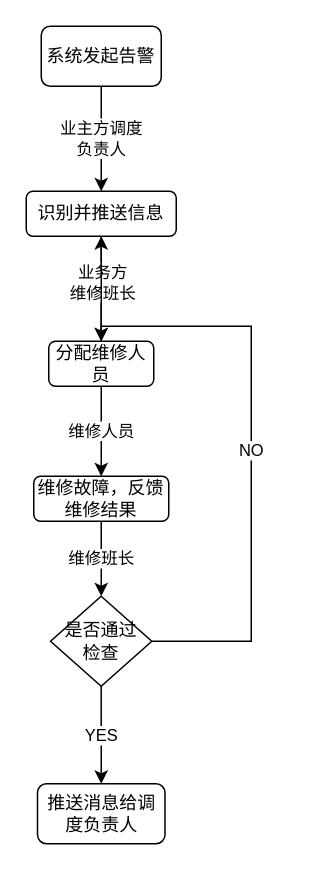
Armstrong-Bai/demo keeps this draw.io diagram as Untitled Diagram.drawio. Above is the earlier version. Source tidied: cells renumbered, new cells numbered last; positions are measured from the earlier drawing's top-left corner, leaving out a move shared by most shapes. Both pictures are drawn from the tidied source at 150%, with x=0, y=0 at pixel (26, 26).
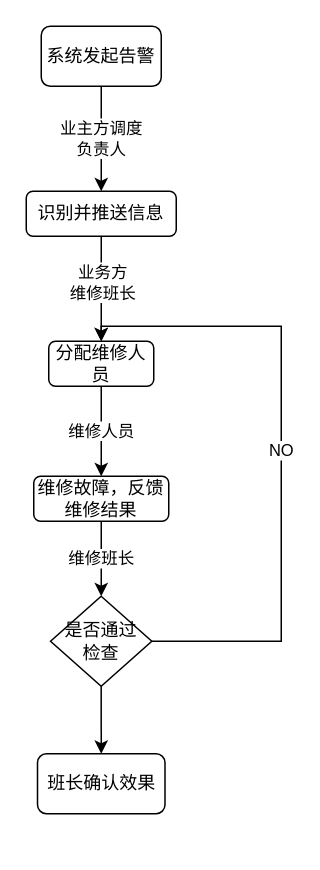
Above is the later version.

Unchanged cells that the change refers to:
```xml
<mxCell id="7" value="分配维修人员" style="rounded=1;whiteSpace=wrap;html=1;" parent="1" vertex="1">
  <mxGeometry x="15" y="210" width="70" height="30" as="geometry" />
</mxCell>
<mxCell id="9" value="&lt;span&gt;识别并推送信息&lt;/span&gt;" style="rounded=1;whiteSpace=wrap;html=1;" parent="1" vertex="1">
  <mxGeometry y="110" width="100" height="30" as="geometry" />
</mxCell>
<mxCell id="16" value="是否通过&lt;br&gt;检查" style="rhombus;whiteSpace=wrap;html=1;" parent="1" vertex="1">
  <mxGeometry x="16.2" y="380" width="67.5" height="60" as="geometry" />
</mxCell>
```

Diff of the diagram source:
```diff
@@
-    <mxCell id="6" style="edgeStyle=orthogonalEdgeStyle;rounded=0;jettySize=auto;html=1;" parent="1" edge="1" source="7" target="9">
-      <mxGeometry relative="1" as="geometry" />
-    </mxCell>
@@
-    <mxCell id="13" value="推送消息给调度负责人" style="rounded=1;whiteSpace=wrap;html=1;" parent="1" vertex="1">
-      <mxGeometry x="7.5" y="505" width="85" height="40" as="geometry" />
+    <mxCell id="13" value="班长确认效果" style="rounded=1;whiteSpace=wrap;html=1;" parent="1" vertex="1">
+      <mxGeometry x="7.5" y="485" width="85" height="40" as="geometry" />
     </mxCell>
-    <mxCell id="14" value="YES" style="edgeStyle=orthogonalEdgeStyle;rounded=0;jettySize=auto;html=1;exitX=0.5;exitY=1;exitDx=0;exitDy=0;entryX=0.5;entryY=0;entryDx=0;entryDy=0;" parent="1" edge="1" source="16" target="13">
+    <mxCell id="14" style="edgeStyle=orthogonalEdgeStyle;rounded=0;jettySize=auto;html=1;exitX=0.5;exitY=1;exitDx=0;exitDy=0;entryX=0.5;entryY=0;entryDx=0;entryDy=0;" parent="1" edge="1" source="16" target="13">
       <mxGeometry relative="1" as="geometry" />
     </mxCell>
     <mxCell id="15" value="NO" style="edgeStyle=orthogonalEdgeStyle;rounded=0;jettySize=auto;html=1;entryX=0.5;entryY=0;entryDx=0;entryDy=0;" parent="1" edge="1" source="16" target="7">
       <mxGeometry relative="1" as="geometry">
         <Array as="points">
-          <mxPoint x="150" y="410" />
-          <mxPoint x="150" y="200" />
+          <mxPoint x="170" y="410" />
+          <mxPoint x="170" y="200" />
           <mxPoint x="50" y="200" />
         </Array>
       </mxGeometry>
     </mxCell>
```
